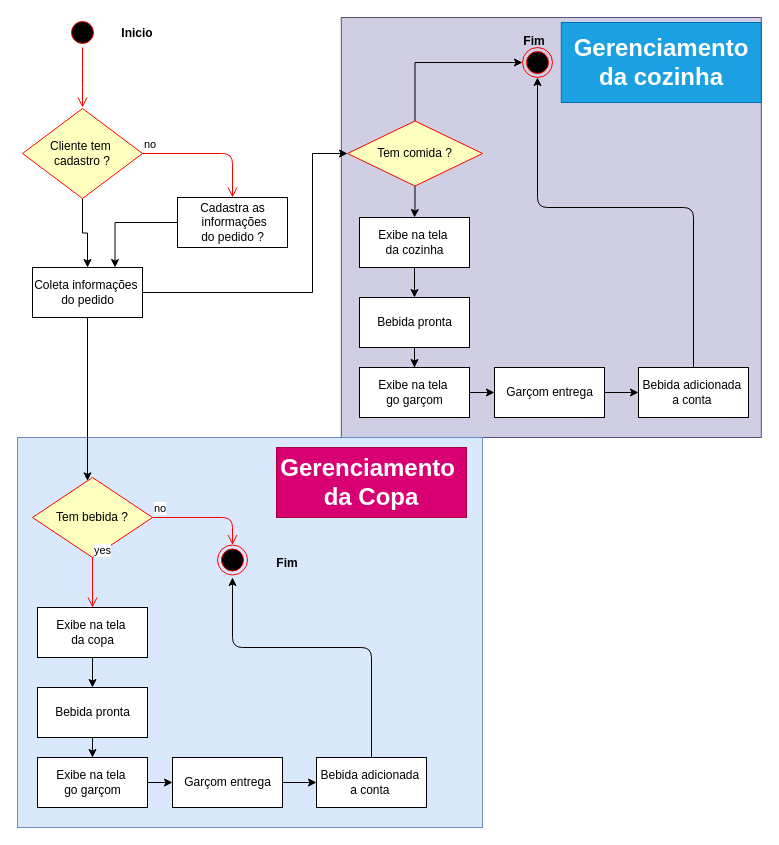
fabricioJunior/-waiterSystem keeps this draw.io diagram as Modelagens e banco/diagramaGeral.drawio. Above is the earlier version. Source tidied: cells renumbered, new cells numbered last; positions are measured from the earlier drawing's top-left corner, leaving out a move shared by most shapes. Both pictures are drawn from the tidied source at 100%, with x=0, y=0 at pixel (17, 17).
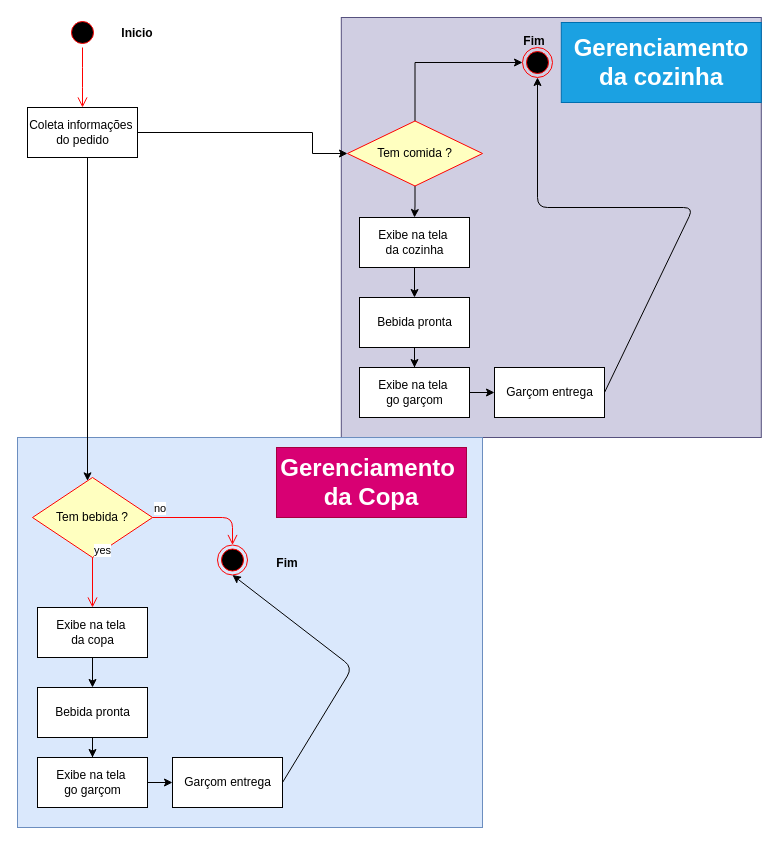
Above is the later version.

Unchanged cells that the change refers to:
```xml
<mxCell id="14" value="Fim" style="ellipse;html=1;shape=endState;fillColor=#000000;strokeColor=#ff0000;" parent="1" vertex="1">
  <mxGeometry x="200" y="527.5" width="30" height="30" as="geometry" />
</mxCell>
<mxCell id="17" value="Tem comida ?" style="rhombus;whiteSpace=wrap;html=1;fillColor=#ffffc0;strokeColor=#ff0000;" parent="1" vertex="1">
  <mxGeometry x="330" y="103.5" width="135" height="65" as="geometry" />
</mxCell>
<mxCell id="24" value="Garçom entrega" style="html=1;" parent="1" vertex="1">
  <mxGeometry x="155" y="740" width="110" height="50" as="geometry" />
</mxCell>
<mxCell id="32" style="ellipse;html=1;shape=endState;fillColor=#000000;strokeColor=#ff0000;" parent="1" vertex="1">
  <mxGeometry x="505" y="30" width="30" height="30" as="geometry" />
</mxCell>
<mxCell id="40" value="Garçom entrega" style="html=1;" parent="1" vertex="1">
  <mxGeometry x="477" y="350" width="110" height="50" as="geometry" />
</mxCell>
```

Diff of the diagram source:
```diff
@@
     <mxCell id="7" style="edgeStyle=orthogonalEdgeStyle;rounded=0;jettySize=auto;html=1;entryX=0;entryY=0.5;entryDx=0;entryDy=0;" parent="1" edge="1" source="8" target="17">
       <mxGeometry relative="1" as="geometry">
         <Array as="points">
-          <mxPoint x="295" y="275" />
+          <mxPoint x="295" y="115" />
           <mxPoint x="295" y="136" />
         </Array>
       </mxGeometry>
     </mxCell>
     <mxCell id="8" value="Coleta informações&amp;nbsp;&lt;br&gt;do pedido" style="html=1;" parent="1" vertex="1">
-      <mxGeometry x="15" y="250" width="110" height="50" as="geometry" />
+      <mxGeometry x="10" y="90" width="110" height="50" as="geometry" />
     </mxCell>
@@
-    <mxCell id="23" style="edgeStyle=orthogonalEdgeStyle;rounded=0;jettySize=auto;html=1;" parent="1" edge="1" source="24" target="25">
-      <mxGeometry relative="1" as="geometry" />
-    </mxCell>
@@
-    <mxCell id="25" value="Bebida adicionada&amp;nbsp;&lt;br&gt;a conta&amp;nbsp;" style="html=1;" parent="1" vertex="1">
-      <mxGeometry x="299" y="740" width="110" height="50" as="geometry" />
-    </mxCell>
-    <mxCell id="26" style="endArrow=classic;html=1;exitX=0.5;exitY=0;exitDx=0;exitDy=0;" parent="1" edge="1" source="25">
-      <mxGeometry relative="1" as="geometry">
-        <mxPoint x="215" y="560" as="targetPoint" />
-        <Array as="points">
-          <mxPoint x="354" y="630" />
-          <mxPoint x="215" y="630" />
-        </Array>
-      </mxGeometry>
-    </mxCell>
-    <mxCell id="27" style="edgeStyle=orthogonalEdgeStyle;rounded=0;jettySize=auto;html=1;entryX=0.5;entryY=0;entryDx=0;entryDy=0;" parent="1" edge="1" source="28" target="8">
-      <mxGeometry relative="1" as="geometry" />
-    </mxCell>
-    <mxCell id="28" value="Cliente tem&amp;nbsp;&lt;br&gt;cadastro ?" style="rhombus;whiteSpace=wrap;html=1;fillColor=#ffffc0;strokeColor=#ff0000;" parent="1" vertex="1">
-      <mxGeometry x="5" y="91" width="120" height="90" as="geometry" />
-    </mxCell>
-    <mxCell id="29" value="no" style="edgeStyle=orthogonalEdgeStyle;html=1;align=left;verticalAlign=bottom;endArrow=open;endSize=8;strokeColor=#ff0000;entryX=0.5;entryY=0;entryDx=0;entryDy=0;" parent="1" edge="1" source="28" target="31">
-      <mxGeometry x="-1" relative="1" as="geometry" />
-    </mxCell>
-    <mxCell id="30" style="edgeStyle=orthogonalEdgeStyle;rounded=0;jettySize=auto;html=1;entryX=0.75;entryY=0;entryDx=0;entryDy=0;" parent="1" edge="1" source="31" target="8">
-      <mxGeometry relative="1" as="geometry" />
-    </mxCell>
-    <mxCell id="31" value="Cadastra as&lt;br&gt;&amp;nbsp;informações&lt;br&gt;do pedido ?" style="html=1;" parent="1" vertex="1">
-      <mxGeometry x="160" y="180" width="110" height="50" as="geometry" />
-    </mxCell>
@@
-    <mxCell id="39" style="edgeStyle=orthogonalEdgeStyle;rounded=0;jettySize=auto;html=1;" parent="1" edge="1" source="40" target="41">
-      <mxGeometry relative="1" as="geometry" />
-    </mxCell>
@@
-    <mxCell id="41" value="Bebida adicionada&amp;nbsp;&lt;br&gt;a conta&amp;nbsp;" style="html=1;" parent="1" vertex="1">
-      <mxGeometry x="621" y="350" width="110" height="50" as="geometry" />
-    </mxCell>
@@
-    <mxCell id="45" style="endArrow=classic;html=1;exitX=0.5;exitY=0;exitDx=0;exitDy=0;entryX=0.5;entryY=1;entryDx=0;entryDy=0;" parent="1" edge="1" source="41" target="32">
+    <mxCell id="45" style="endArrow=classic;html=1;exitX=1;exitY=0.5;exitDx=0;exitDy=0;entryX=0.5;entryY=1;entryDx=0;entryDy=0;" parent="1" edge="1" source="40" target="32">
       <mxGeometry relative="1" as="geometry">
         <Array as="points">
           <mxPoint x="676" y="190" />
           <mxPoint x="520" y="190" />
         </Array>
       </mxGeometry>
     </mxCell>
@@
+    <mxCell id="47" style="endArrow=classic;html=1;entryX=0.5;entryY=1;entryDx=0;entryDy=0;exitX=1;exitY=0.5;exitDx=0;exitDy=0;" parent="1" edge="1" source="24" target="14">
+      <mxGeometry relative="1" as="geometry">
+        <Array as="points">
+          <mxPoint x="335" y="650" />
+        </Array>
+      </mxGeometry>
+    </mxCell>
```
